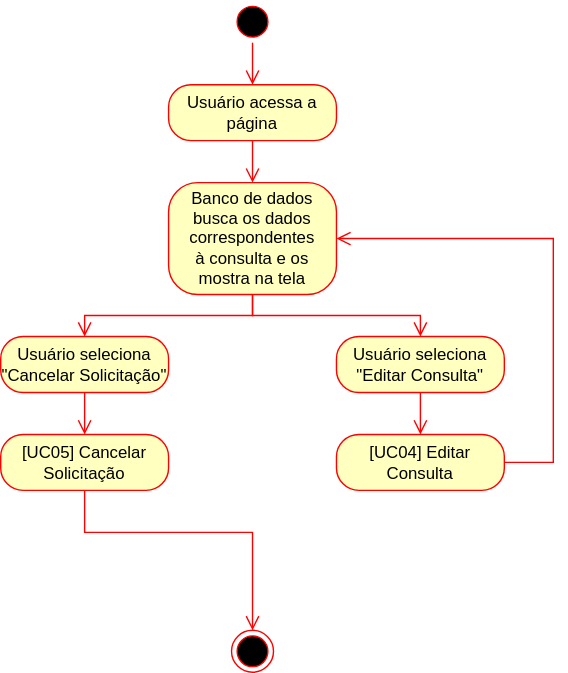
Earlier version of the draw.io export [UC03] Visualizar Consulta/Fluxo de Atividades [UC03] Visualizar Consulta.drawio.svg (SIGH-Projeto-de-Topicos/SIGH-Diagrams). Source tidied: cells renumbered, new cells last; positions are measured from the earlier drawing's top-left corner, leaving out a move shared by most shapes.
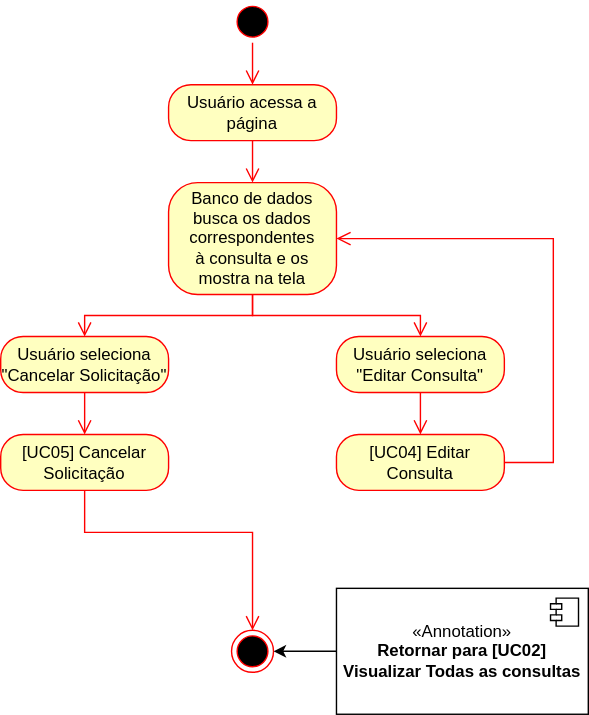
After the change.

What changed in the source:
```diff
@@ -60,5 +60,16 @@
     <mxCell id="17" style="ellipse;html=1;shape=endState;fillColor=#000000;strokeColor=#ff0000;" parent="1" vertex="1">
       <mxGeometry x="165" y="450" width="30" height="30" as="geometry" />
     </mxCell>
+    <mxCell id="18" style="edgeStyle=orthogonalEdgeStyle;rounded=0;jettySize=auto;html=1;" parent="1" edge="1" source="19" target="17">
+      <mxGeometry relative="1" as="geometry" />
+    </mxCell>
+    <mxCell id="19" value="«Annotation»&lt;br&gt;&lt;b&gt;Retornar para [UC02] Visualizar Todas as consultas&lt;/b&gt;" style="html=1;whiteSpace=wrap;" parent="1" vertex="1">
+      <mxGeometry x="240" y="420" width="180" height="90" as="geometry" />
+    </mxCell>
+    <mxCell id="20" style="shape=module;jettyWidth=8;jettyHeight=4;" parent="19" vertex="1">
+      <mxGeometry x="1" width="20" height="20" relative="1" as="geometry">
+        <mxPoint x="-27" y="7" as="offset" />
+      </mxGeometry>
+    </mxCell>
   </root>
 </mxGraphModel>
```
